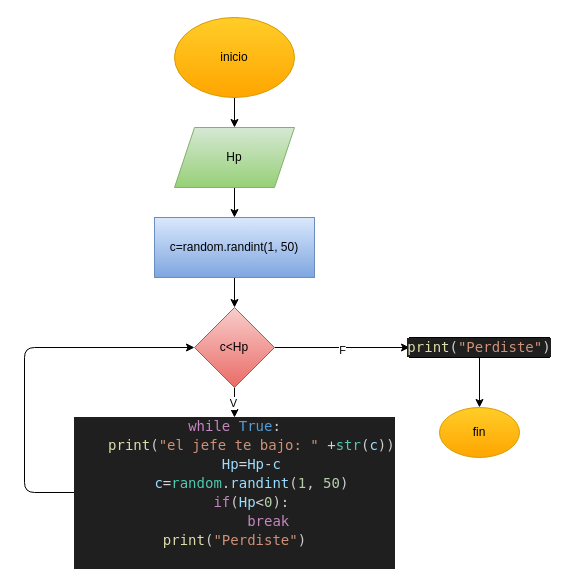
The draw.io diagram ejercicio 2/diagrama.drawio in JuanManuelDiazOchoa680/Taller-instrucci-n-repetitiva-while, before the edit. Source tidied: cells renumbered, new cells numbered last; positions are measured from the earlier drawing's top-left corner, leaving out a move shared by most shapes. Both pictures are drawn from the tidied source at 100%, with x=0, y=0 at pixel (24, 17).
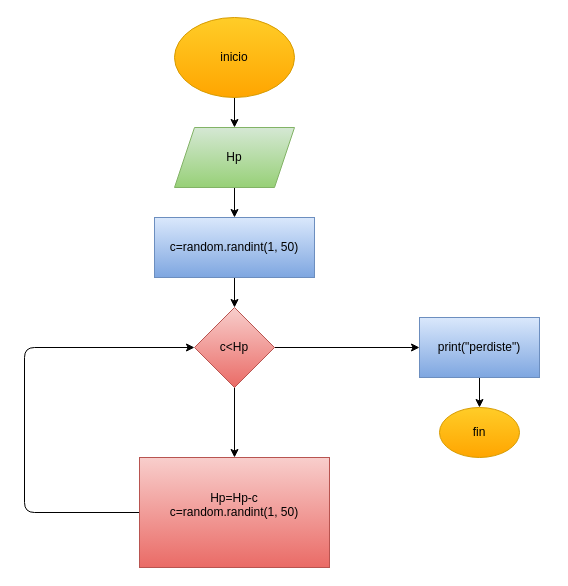
The same page after the edit.

What changed in the source:
```diff
@@
 <mxGraphModel>
   <root>
     <mxCell id="0" />
     <mxCell id="1" parent="0" />
     <mxCell id="2" style="edgeStyle=none;html=1;" parent="1" edge="1" source="3" target="5">
       <mxGeometry relative="1" as="geometry" />
     </mxCell>
     <mxCell id="3" value="inicio" style="ellipse;whiteSpace=wrap;html=1;fillColor=#ffcd28;gradientColor=#ffa500;strokeColor=#d79b00;" parent="1" vertex="1">
       <mxGeometry x="150" width="120" height="80" as="geometry" />
     </mxCell>
     <mxCell id="4" style="edgeStyle=none;html=1;" parent="1" edge="1" source="5" target="7">
       <mxGeometry relative="1" as="geometry" />
     </mxCell>
     <mxCell id="5" value="Hp" style="shape=parallelogram;perimeter=parallelogramPerimeter;whiteSpace=wrap;html=1;fixedSize=1;fillColor=#d5e8d4;gradientColor=#97d077;strokeColor=#82b366;" parent="1" vertex="1">
       <mxGeometry x="150" y="110" width="120" height="60" as="geometry" />
     </mxCell>
     <mxCell id="6" style="edgeStyle=none;html=1;" parent="1" edge="1" source="7" target="12">
       <mxGeometry relative="1" as="geometry" />
     </mxCell>
     <mxCell id="7" value="c=random.randint(1, 50)" style="whiteSpace=wrap;html=1;fillColor=#dae8fc;gradientColor=#7ea6e0;strokeColor=#6c8ebf;" parent="1" vertex="1">
       <mxGeometry x="130" y="200" width="160" height="60" as="geometry" />
     </mxCell>
-    <mxCell id="8" style="edgeStyle=none;html=1;" parent="1" edge="1" source="12" target="14">
-      <mxGeometry relative="1" as="geometry" />
-    </mxCell>
-    <mxCell id="9" value="V" style="edgeLabel;html=1;align=center;verticalAlign=middle;" parent="8" vertex="1">
-      <mxGeometry y="-2" relative="1" as="geometry" />
-    </mxCell>
-    <mxCell id="10" style="edgeStyle=none;html=1;" parent="1" edge="1" source="12" target="16">
-      <mxGeometry relative="1" as="geometry" />
-    </mxCell>
-    <mxCell id="11" value="F" style="edgeLabel;html=1;align=center;verticalAlign=middle;points=[];" parent="10" vertex="1">
-      <mxGeometry x="-0.01" y="-2" relative="1" as="geometry" />
-    </mxCell>
+    <mxCell id="18" style="edgeStyle=none;html=1;" parent="1" edge="1" source="12" target="11">
+      <mxGeometry relative="1" as="geometry" />
+    </mxCell>
+    <mxCell id="19" style="edgeStyle=none;html=1;" parent="1" edge="1" source="12" target="21">
+      <mxGeometry relative="1" as="geometry" />
+    </mxCell>
     <mxCell id="12" value="c&amp;lt;Hp" style="rhombus;whiteSpace=wrap;html=1;fillColor=#f8cecc;gradientColor=#ea6b66;strokeColor=#b85450;" parent="1" vertex="1">
       <mxGeometry x="170" y="290" width="80" height="80" as="geometry" />
     </mxCell>
-    <mxCell id="13" style="edgeStyle=none;html=1;entryX=0;entryY=0.5;entryDx=0;entryDy=0;" parent="1" edge="1" source="14" target="12">
+    <mxCell id="13" style="edgeStyle=none;html=1;entryX=0;entryY=0.5;entryDx=0;entryDy=0;exitX=0;exitY=0.5;exitDx=0;exitDy=0;" parent="1" edge="1" source="21" target="12">
       <mxGeometry relative="1" as="geometry">
         <Array as="points">
-          <mxPoint y="475" />
+          <mxPoint y="495" />
           <mxPoint y="330" />
         </Array>
       </mxGeometry>
     </mxCell>
-    <mxCell id="14" value="&lt;div style=&quot;color: rgb(204, 204, 204); background-color: rgb(31, 31, 31); font-family: &amp;quot;Droid Sans Mono&amp;quot;, &amp;quot;monospace&amp;quot;, monospace; font-size: 14px; line-height: 19px; white-space: pre;&quot;&gt;&lt;div&gt;&lt;span style=&quot;color: #c586c0;&quot;&gt;while&lt;/span&gt;&lt;span style=&quot;color: #cccccc;&quot;&gt; &lt;/span&gt;&lt;span style=&quot;color: #569cd6;&quot;&gt;True&lt;/span&gt;&lt;span style=&quot;color: #cccccc;&quot;&gt;:&lt;/span&gt;&lt;/div&gt;&lt;div&gt;&lt;span style=&quot;color: #cccccc;&quot;&gt;    &lt;/span&gt;&lt;span style=&quot;color: #dcdcaa;&quot;&gt;print&lt;/span&gt;&lt;span style=&quot;color: #cccccc;&quot;&gt;(&lt;/span&gt;&lt;span style=&quot;color: #ce9178;&quot;&gt;&quot;el jefe te bajo: &quot;&lt;/span&gt;&lt;span style=&quot;color: #cccccc;&quot;&gt; &lt;/span&gt;&lt;span style=&quot;color: #d4d4d4;&quot;&gt;+&lt;/span&gt;&lt;span style=&quot;color: #4ec9b0;&quot;&gt;str&lt;/span&gt;&lt;span style=&quot;color: #cccccc;&quot;&gt;(&lt;/span&gt;&lt;span style=&quot;color: #9cdcfe;&quot;&gt;c&lt;/span&gt;&lt;span style=&quot;color: #cccccc;&quot;&gt;))&lt;/span&gt;&lt;/div&gt;&lt;div&gt;&lt;span style=&quot;color: #cccccc;&quot;&gt;    &lt;/span&gt;&lt;span style=&quot;color: #9cdcfe;&quot;&gt;Hp&lt;/span&gt;&lt;span style=&quot;color: #d4d4d4;&quot;&gt;=&lt;/span&gt;&lt;span style=&quot;color: #9cdcfe;&quot;&gt;Hp&lt;/span&gt;&lt;span style=&quot;color: #d4d4d4;&quot;&gt;-&lt;/span&gt;&lt;span style=&quot;color: #9cdcfe;&quot;&gt;c&lt;/span&gt;&lt;/div&gt;&lt;div&gt;&lt;span style=&quot;color: #cccccc;&quot;&gt;    &lt;/span&gt;&lt;span style=&quot;color: #9cdcfe;&quot;&gt;c&lt;/span&gt;&lt;span style=&quot;color: #d4d4d4;&quot;&gt;=&lt;/span&gt;&lt;span style=&quot;color: #4ec9b0;&quot;&gt;random&lt;/span&gt;&lt;span style=&quot;color: #cccccc;&quot;&gt;.&lt;/span&gt;&lt;span style=&quot;color: #9cdcfe;&quot;&gt;randint&lt;/span&gt;&lt;span style=&quot;color: #cccccc;&quot;&gt;(&lt;/span&gt;&lt;span style=&quot;color: #b5cea8;&quot;&gt;1&lt;/span&gt;&lt;span style=&quot;color: #cccccc;&quot;&gt;, &lt;/span&gt;&lt;span style=&quot;color: #b5cea8;&quot;&gt;50&lt;/span&gt;&lt;span style=&quot;color: #cccccc;&quot;&gt;)&lt;/span&gt;&lt;/div&gt;&lt;div&gt;&lt;span style=&quot;color: #cccccc;&quot;&gt;    &lt;/span&gt;&lt;span style=&quot;color: #c586c0;&quot;&gt;if&lt;/span&gt;&lt;span style=&quot;color: #cccccc;&quot;&gt;(&lt;/span&gt;&lt;span style=&quot;color: #9cdcfe;&quot;&gt;Hp&lt;/span&gt;&lt;span style=&quot;color: #d4d4d4;&quot;&gt;&amp;lt;&lt;/span&gt;&lt;span style=&quot;color: #b5cea8;&quot;&gt;0&lt;/span&gt;&lt;span style=&quot;color: #cccccc;&quot;&gt;):&lt;/span&gt;&lt;/div&gt;&lt;div&gt;&lt;span style=&quot;color: #cccccc;&quot;&gt;        &lt;/span&gt;&lt;span style=&quot;color: #c586c0;&quot;&gt;break&lt;/span&gt;&lt;/div&gt;&lt;div&gt;&lt;span style=&quot;color: #dcdcaa;&quot;&gt;print&lt;/span&gt;&lt;span style=&quot;color: #cccccc;&quot;&gt;(&lt;/span&gt;&lt;span style=&quot;color: #ce9178;&quot;&gt;&quot;Perdiste&quot;&lt;/span&gt;&lt;span style=&quot;color: #cccccc;&quot;&gt;)&lt;/span&gt;&lt;/div&gt;&lt;br&gt;&lt;/div&gt;" style="whiteSpace=wrap;html=1;strokeColor=#FFFFFF;" parent="1" vertex="1">
-      <mxGeometry x="52.5" y="400" width="315" height="150" as="geometry" />
-    </mxCell>
-    <mxCell id="15" style="edgeStyle=none;html=1;" parent="1" edge="1" source="16" target="17">
-      <mxGeometry relative="1" as="geometry" />
-    </mxCell>
-    <mxCell id="16" value="&lt;div style=&quot;color: rgb(204, 204, 204); background-color: rgb(31, 31, 31); font-family: &amp;quot;Droid Sans Mono&amp;quot;, &amp;quot;monospace&amp;quot;, monospace; font-size: 14px; line-height: 19px; white-space: pre;&quot;&gt;&lt;span style=&quot;color: #dcdcaa;&quot;&gt;print&lt;/span&gt;&lt;span style=&quot;color: #cccccc;&quot;&gt;(&lt;/span&gt;&lt;span style=&quot;color: #ce9178;&quot;&gt;&quot;Perdiste&quot;&lt;/span&gt;&lt;span style=&quot;color: #cccccc;&quot;&gt;)&lt;/span&gt;&lt;/div&gt;" style="whiteSpace=wrap;html=1;" parent="1" vertex="1">
-      <mxGeometry x="385" y="320" width="140" height="20" as="geometry" />
-    </mxCell>
     <mxCell id="17" value="fin" style="ellipse;whiteSpace=wrap;html=1;fillColor=#ffcd28;gradientColor=#ffa500;strokeColor=#d79b00;" parent="1" vertex="1">
       <mxGeometry x="415" y="390" width="80" height="50" as="geometry" />
     </mxCell>
+    <mxCell id="20" style="edgeStyle=none;html=1;" parent="1" edge="1" source="11" target="17">
+      <mxGeometry relative="1" as="geometry" />
+    </mxCell>
+    <mxCell id="11" value="print(&quot;perdiste&quot;)" style="whiteSpace=wrap;html=1;fillColor=#dae8fc;strokeColor=#6c8ebf;gradientColor=#7ea6e0;" parent="1" vertex="1">
+      <mxGeometry x="395" y="300" width="120" height="60" as="geometry" />
+    </mxCell>
+    <mxCell id="21" value="Hp=Hp-c&lt;div&gt;c=random.randint(1, 50)&lt;/div&gt;&lt;div&gt;&lt;br&gt;&lt;/div&gt;" style="whiteSpace=wrap;html=1;fillColor=#f8cecc;strokeColor=#b85450;gradientColor=#ea6b66;" parent="1" vertex="1">
+      <mxGeometry x="115" y="440" width="190" height="110" as="geometry" />
+    </mxCell>
   </root>
 </mxGraphModel>
```
